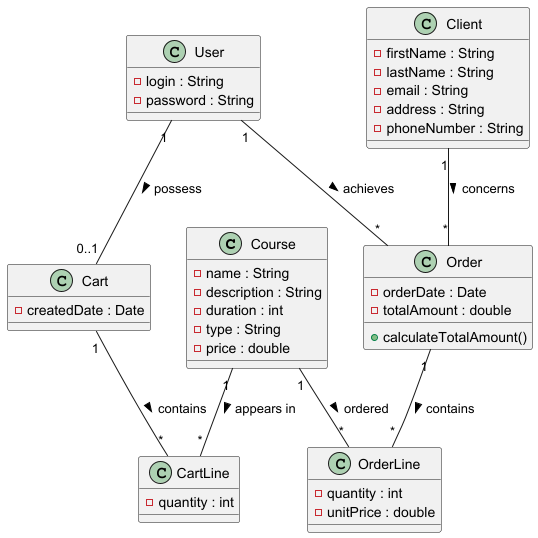
Earlier version of the PlantUML export doc/02-Class/Class.png (john7440/EvaluationJava).
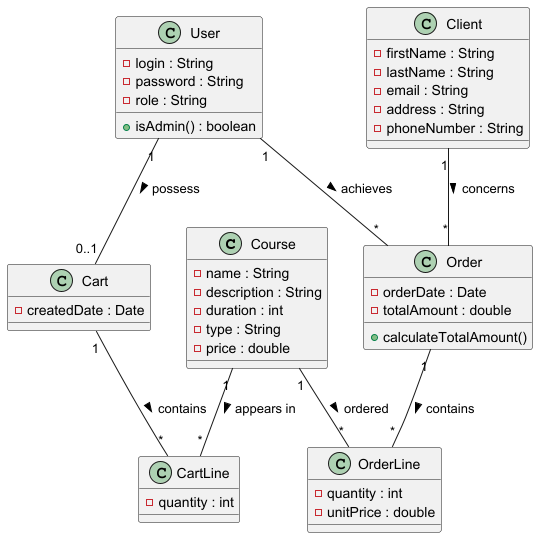
The same file after the commit.

Commit message:
mise a jour du diagramme de class (ajout de l'attribut role dans user)

Change to the diagram source:
```diff
@@ -11,6 +11,8 @@
 class User {
   - login : String
   - password : String
+  - role : String
+  + isAdmin() : boolean
 }
 
 class Client {
```
